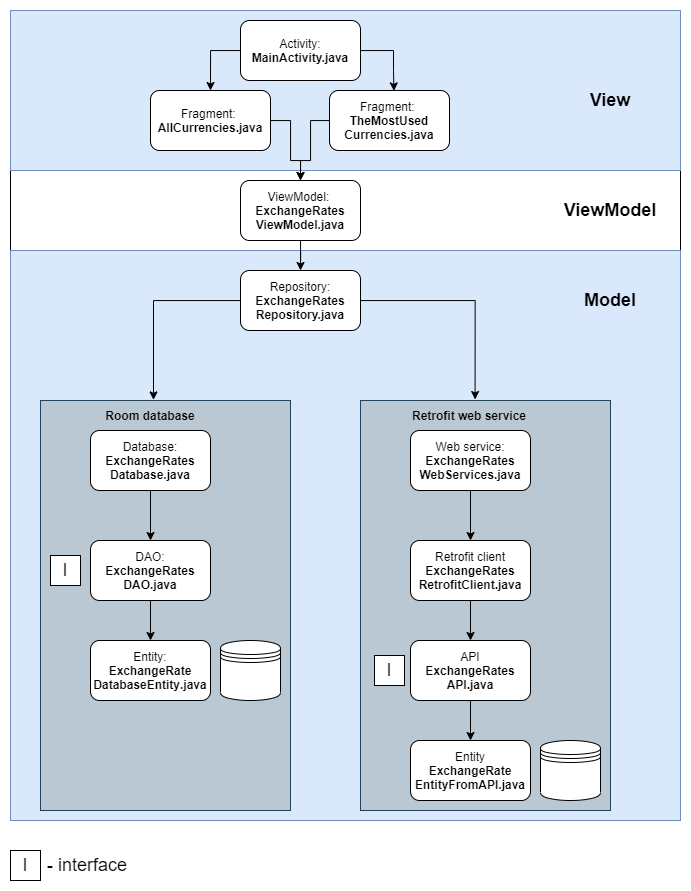
This is MVVM_ApplicationStructure.drawio.png from arturkowalczyk300/android-currency-converter, a draw.io export, as it was before one commit. Source tidied: cells renumbered, new cells last; positions are measured from the earlier drawing's top-left corner, leaving out a move shared by most shapes. Its diagram source:
```xml
<mxGraphModel>
  <root>
    <mxCell id="0" />
    <mxCell id="1" parent="0" />
    <mxCell id="2" style="rounded=0;whiteSpace=wrap;html=1;" parent="1" vertex="1">
      <mxGeometry width="670" height="560" as="geometry" />
    </mxCell>
    <mxCell id="3" style="rounded=0;whiteSpace=wrap;html=1;fillColor=#dae8fc;strokeColor=#6c8ebf;" parent="1" vertex="1">
      <mxGeometry y="240" width="670" height="570" as="geometry" />
    </mxCell>
    <mxCell id="4" style="rounded=0;whiteSpace=wrap;html=1;fillColor=#dae8fc;strokeColor=#6c8ebf;" parent="1" vertex="1">
      <mxGeometry width="670" height="160" as="geometry" />
    </mxCell>
    <mxCell id="5" style="edgeStyle=orthogonalEdgeStyle;rounded=0;jettySize=auto;html=1;entryX=0.5;entryY=0;entryDx=0;entryDy=0;fontSize=18;" parent="1" edge="1" source="7" target="41">
      <mxGeometry relative="1" as="geometry">
        <Array as="points">
          <mxPoint x="200" y="40" />
        </Array>
      </mxGeometry>
    </mxCell>
    <mxCell id="6" style="edgeStyle=orthogonalEdgeStyle;rounded=0;jettySize=auto;html=1;entryX=0.537;entryY=0.007;entryDx=0;entryDy=0;entryPerimeter=0;fontSize=18;" parent="1" edge="1" source="7" target="39">
      <mxGeometry relative="1" as="geometry">
        <Array as="points">
          <mxPoint x="383" y="40" />
          <mxPoint x="383" y="60" />
        </Array>
      </mxGeometry>
    </mxCell>
    <mxCell id="7" value="Activity: &lt;b&gt;MainActivity.java&lt;/b&gt;" style="rounded=1;whiteSpace=wrap;html=1;" parent="1" vertex="1">
      <mxGeometry x="230" y="10" width="120" height="60" as="geometry" />
    </mxCell>
    <mxCell id="8" value="View" style="text;html=1;strokeColor=none;fillColor=none;align=center;verticalAlign=middle;whiteSpace=wrap;rounded=0;fontStyle=1;fontSize=18;" parent="1" vertex="1">
      <mxGeometry x="570" y="75" width="60" height="30" as="geometry" />
    </mxCell>
    <mxCell id="9" style="edgeStyle=orthogonalEdgeStyle;rounded=0;jettySize=auto;html=1;entryX=0.5;entryY=0;entryDx=0;entryDy=0;fontSize=18;" parent="1" edge="1" source="10" target="14">
      <mxGeometry relative="1" as="geometry" />
    </mxCell>
    <mxCell id="10" value="ViewModel:&amp;nbsp;&lt;br&gt;&lt;b&gt;ExchangeRates&lt;br&gt;ViewModel.java&lt;/b&gt;" style="rounded=1;whiteSpace=wrap;html=1;" parent="1" vertex="1">
      <mxGeometry x="230" y="170" width="120" height="60" as="geometry" />
    </mxCell>
    <mxCell id="11" value="ViewModel" style="text;html=1;strokeColor=none;fillColor=none;align=center;verticalAlign=middle;whiteSpace=wrap;rounded=0;fontStyle=1;fontSize=18;" parent="1" vertex="1">
      <mxGeometry x="570" y="185" width="60" height="30" as="geometry" />
    </mxCell>
    <mxCell id="12" style="edgeStyle=orthogonalEdgeStyle;rounded=0;jettySize=auto;html=1;entryX=0.53;entryY=-0.02;entryDx=0;entryDy=0;entryPerimeter=0;fontSize=18;" parent="1" edge="1" source="14" target="25">
      <mxGeometry relative="1" as="geometry" />
    </mxCell>
    <mxCell id="13" style="edgeStyle=orthogonalEdgeStyle;rounded=0;jettySize=auto;html=1;entryX=0.543;entryY=-0.033;entryDx=0;entryDy=0;entryPerimeter=0;fontSize=18;" parent="1" edge="1" source="14" target="26">
      <mxGeometry relative="1" as="geometry" />
    </mxCell>
    <mxCell id="14" value="Repository:&lt;br&gt;&lt;b&gt;ExchangeRates&lt;br&gt;Repository.java&lt;/b&gt;" style="rounded=1;whiteSpace=wrap;html=1;" parent="1" vertex="1">
      <mxGeometry x="230" y="260" width="120" height="60" as="geometry" />
    </mxCell>
    <mxCell id="15" value="Model" style="text;html=1;strokeColor=none;fillColor=none;align=center;verticalAlign=middle;whiteSpace=wrap;rounded=0;fontStyle=1;fontSize=18;" parent="1" vertex="1">
      <mxGeometry x="570" y="275" width="60" height="30" as="geometry" />
    </mxCell>
    <mxCell id="16" style="rounded=0;whiteSpace=wrap;html=1;fillColor=#bac8d3;strokeColor=#23445d;" parent="1" vertex="1">
      <mxGeometry x="30" y="390" width="250" height="410" as="geometry" />
    </mxCell>
    <mxCell id="17" style="rounded=0;whiteSpace=wrap;html=1;fillColor=#bac8d3;strokeColor=#23445d;" parent="1" vertex="1">
      <mxGeometry x="350" y="390" width="250" height="410" as="geometry" />
    </mxCell>
    <mxCell id="18" style="edgeStyle=orthogonalEdgeStyle;rounded=0;jettySize=auto;html=1;entryX=0.5;entryY=0;entryDx=0;entryDy=0;fontSize=18;" parent="1" edge="1" source="19" target="23">
      <mxGeometry relative="1" as="geometry" />
    </mxCell>
    <mxCell id="19" value="Database:&lt;br&gt;&lt;b&gt;ExchangeRates&lt;/b&gt;&lt;br&gt;&lt;b&gt;Database.java&lt;/b&gt;" style="rounded=1;whiteSpace=wrap;html=1;" parent="1" vertex="1">
      <mxGeometry x="80" y="420" width="120" height="60" as="geometry" />
    </mxCell>
    <mxCell id="20" style="edgeStyle=orthogonalEdgeStyle;rounded=0;jettySize=auto;html=1;entryX=0.5;entryY=0;entryDx=0;entryDy=0;fontSize=18;" parent="1" edge="1" source="21" target="31">
      <mxGeometry relative="1" as="geometry" />
    </mxCell>
    <mxCell id="21" value="Web service:&lt;br&gt;&lt;b&gt;ExchangeRates&lt;/b&gt;&lt;br&gt;&lt;b&gt;WebServices.java&lt;/b&gt;" style="rounded=1;whiteSpace=wrap;html=1;" parent="1" vertex="1">
      <mxGeometry x="400" y="420" width="120" height="60" as="geometry" />
    </mxCell>
    <mxCell id="22" style="edgeStyle=orthogonalEdgeStyle;rounded=0;jettySize=auto;html=1;entryX=0.5;entryY=0;entryDx=0;entryDy=0;fontSize=18;" parent="1" edge="1" source="23" target="24">
      <mxGeometry relative="1" as="geometry" />
    </mxCell>
    <mxCell id="23" value="DAO:&lt;br&gt;&lt;b&gt;ExchangeRates&lt;/b&gt;&lt;br&gt;&lt;b&gt;DAO.java&lt;/b&gt;" style="rounded=1;whiteSpace=wrap;html=1;" parent="1" vertex="1">
      <mxGeometry x="80" y="530" width="120" height="60" as="geometry" />
    </mxCell>
    <mxCell id="24" value="Entity:&lt;br&gt;&lt;b&gt;ExchangeRate&lt;br&gt;DatabaseEntity&lt;/b&gt;&lt;b&gt;.java&lt;/b&gt;" style="rounded=1;whiteSpace=wrap;html=1;" parent="1" vertex="1">
      <mxGeometry x="80" y="630" width="120" height="60" as="geometry" />
    </mxCell>
    <mxCell id="25" value="Room database" style="text;html=1;strokeColor=none;fillColor=none;align=center;verticalAlign=middle;whiteSpace=wrap;rounded=0;fontStyle=1;" parent="1" vertex="1">
      <mxGeometry x="90" y="390" width="100" height="30" as="geometry" />
    </mxCell>
    <mxCell id="26" value="Retrofit web service" style="text;html=1;strokeColor=none;fillColor=none;align=center;verticalAlign=middle;whiteSpace=wrap;rounded=0;fontStyle=1;" parent="1" vertex="1">
      <mxGeometry x="394" y="390" width="130" height="30" as="geometry" />
    </mxCell>
    <mxCell id="27" style="edgeStyle=orthogonalEdgeStyle;rounded=0;jettySize=auto;html=1;entryX=0.5;entryY=0;entryDx=0;entryDy=0;fontSize=18;" parent="1" edge="1" source="28" target="29">
      <mxGeometry relative="1" as="geometry" />
    </mxCell>
    <mxCell id="28" value="API&lt;br&gt;&lt;b&gt;ExchangeRates&lt;/b&gt;&lt;br&gt;&lt;b&gt;API.java&lt;/b&gt;" style="rounded=1;whiteSpace=wrap;html=1;" parent="1" vertex="1">
      <mxGeometry x="400" y="630" width="120" height="60" as="geometry" />
    </mxCell>
    <mxCell id="29" value="Entity&lt;br&gt;&lt;b&gt;ExchangeRate&lt;br&gt;EntityFromAPI&lt;/b&gt;&lt;b&gt;.java&lt;/b&gt;" style="rounded=1;whiteSpace=wrap;html=1;" parent="1" vertex="1">
      <mxGeometry x="400" y="730" width="120" height="60" as="geometry" />
    </mxCell>
    <mxCell id="30" style="edgeStyle=orthogonalEdgeStyle;rounded=0;jettySize=auto;html=1;entryX=0.5;entryY=0;entryDx=0;entryDy=0;fontSize=18;" parent="1" edge="1" source="31" target="28">
      <mxGeometry relative="1" as="geometry" />
    </mxCell>
    <mxCell id="31" value="Retrofit client&lt;br&gt;&lt;b&gt;ExchangeRates&lt;/b&gt;&lt;br&gt;&lt;b&gt;RetrofitClient.java&lt;/b&gt;" style="rounded=1;whiteSpace=wrap;html=1;" parent="1" vertex="1">
      <mxGeometry x="400" y="530" width="120" height="60" as="geometry" />
    </mxCell>
    <mxCell id="32" style="shape=datastore;whiteSpace=wrap;html=1;fontSize=18;" parent="1" vertex="1">
      <mxGeometry x="210" y="630" width="60" height="60" as="geometry" />
    </mxCell>
    <mxCell id="33" style="shape=datastore;whiteSpace=wrap;html=1;fontSize=18;" parent="1" vertex="1">
      <mxGeometry x="530" y="730" width="60" height="60" as="geometry" />
    </mxCell>
    <mxCell id="34" value="I" style="rounded=0;whiteSpace=wrap;html=1;fontSize=18;" parent="1" vertex="1">
      <mxGeometry x="40" y="545" width="30" height="30" as="geometry" />
    </mxCell>
    <mxCell id="35" value="I" style="rounded=0;whiteSpace=wrap;html=1;fontSize=18;" parent="1" vertex="1">
      <mxGeometry x="364" y="645" width="30" height="30" as="geometry" />
    </mxCell>
    <mxCell id="36" value="I" style="rounded=0;whiteSpace=wrap;html=1;fontSize=18;" parent="1" vertex="1">
      <mxGeometry y="840" width="30" height="30" as="geometry" />
    </mxCell>
    <mxCell id="37" value="- interface" style="text;html=1;strokeColor=none;fillColor=none;align=center;verticalAlign=middle;whiteSpace=wrap;rounded=0;fontSize=18;" parent="1" vertex="1">
      <mxGeometry x="32" y="840" width="90" height="30" as="geometry" />
    </mxCell>
    <mxCell id="38" style="edgeStyle=orthogonalEdgeStyle;rounded=0;jettySize=auto;html=1;fontSize=18;entryX=0.5;entryY=0;entryDx=0;entryDy=0;" parent="1" edge="1" source="39" target="10">
      <mxGeometry relative="1" as="geometry">
        <Array as="points">
          <mxPoint x="300" y="110" />
          <mxPoint x="300" y="150" />
          <mxPoint x="290" y="150" />
        </Array>
      </mxGeometry>
    </mxCell>
    <mxCell id="39" value="Fragment: &lt;br&gt;&lt;b&gt;TheMostUsed&lt;br&gt;Currencies.java&lt;/b&gt;" style="rounded=1;whiteSpace=wrap;html=1;" parent="1" vertex="1">
      <mxGeometry x="319" y="80" width="120" height="60" as="geometry" />
    </mxCell>
    <mxCell id="40" style="edgeStyle=orthogonalEdgeStyle;rounded=0;jettySize=auto;html=1;fontSize=18;entryX=0.5;entryY=0;entryDx=0;entryDy=0;" parent="1" edge="1" source="41" target="10">
      <mxGeometry relative="1" as="geometry">
        <Array as="points">
          <mxPoint x="280" y="110" />
          <mxPoint x="280" y="150" />
          <mxPoint x="290" y="150" />
        </Array>
      </mxGeometry>
    </mxCell>
    <mxCell id="41" value="Fragment: &lt;br&gt;&lt;b&gt;AllCurrencies.java&lt;/b&gt;" style="rounded=1;whiteSpace=wrap;html=1;" parent="1" vertex="1">
      <mxGeometry x="140" y="80" width="120" height="60" as="geometry" />
    </mxCell>
  </root>
</mxGraphModel>
```
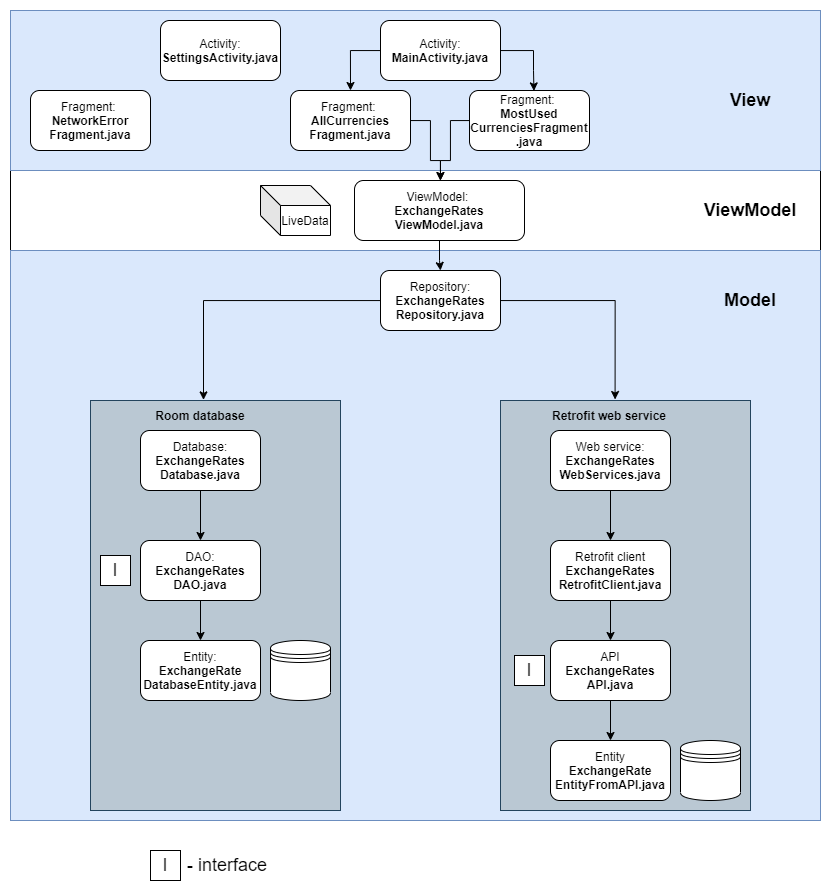
Above is the later version.

The edit, as a diff of the source:
```diff
@@ -3,13 +3,13 @@
     <mxCell id="0" />
     <mxCell id="1" parent="0" />
     <mxCell id="2" style="rounded=0;whiteSpace=wrap;html=1;" parent="1" vertex="1">
-      <mxGeometry width="670" height="560" as="geometry" />
+      <mxGeometry x="-140" width="810" height="560" as="geometry" />
     </mxCell>
     <mxCell id="3" style="rounded=0;whiteSpace=wrap;html=1;fillColor=#dae8fc;strokeColor=#6c8ebf;" parent="1" vertex="1">
-      <mxGeometry y="240" width="670" height="570" as="geometry" />
+      <mxGeometry x="-140" y="240" width="810" height="570" as="geometry" />
     </mxCell>
     <mxCell id="4" style="rounded=0;whiteSpace=wrap;html=1;fillColor=#dae8fc;strokeColor=#6c8ebf;" parent="1" vertex="1">
-      <mxGeometry width="670" height="160" as="geometry" />
+      <mxGeometry x="-140" width="810" height="160" as="geometry" />
     </mxCell>
     <mxCell id="5" style="edgeStyle=orthogonalEdgeStyle;rounded=0;jettySize=auto;html=1;entryX=0.5;entryY=0;entryDx=0;entryDy=0;fontSize=18;" parent="1" edge="1" source="7" target="41">
       <mxGeometry relative="1" as="geometry">
@@ -36,7 +36,7 @@
       <mxGeometry relative="1" as="geometry" />
     </mxCell>
     <mxCell id="10" value="ViewModel:&amp;nbsp;&lt;br&gt;&lt;b&gt;ExchangeRates&lt;br&gt;ViewModel.java&lt;/b&gt;" style="rounded=1;whiteSpace=wrap;html=1;" parent="1" vertex="1">
-      <mxGeometry x="230" y="170" width="120" height="60" as="geometry" />
+      <mxGeometry x="204" y="170" width="170" height="60" as="geometry" />
     </mxCell>
     <mxCell id="11" value="ViewModel" style="text;html=1;strokeColor=none;fillColor=none;align=center;verticalAlign=middle;whiteSpace=wrap;rounded=0;fontStyle=1;fontSize=18;" parent="1" vertex="1">
       <mxGeometry x="570" y="185" width="60" height="30" as="geometry" />
@@ -54,7 +54,7 @@
       <mxGeometry x="570" y="275" width="60" height="30" as="geometry" />
     </mxCell>
     <mxCell id="16" style="rounded=0;whiteSpace=wrap;html=1;fillColor=#bac8d3;strokeColor=#23445d;" parent="1" vertex="1">
-      <mxGeometry x="30" y="390" width="250" height="410" as="geometry" />
+      <mxGeometry x="-60" y="390" width="250" height="410" as="geometry" />
     </mxCell>
     <mxCell id="17" style="rounded=0;whiteSpace=wrap;html=1;fillColor=#bac8d3;strokeColor=#23445d;" parent="1" vertex="1">
       <mxGeometry x="350" y="390" width="250" height="410" as="geometry" />
@@ -63,7 +63,7 @@
       <mxGeometry relative="1" as="geometry" />
     </mxCell>
     <mxCell id="19" value="Database:&lt;br&gt;&lt;b&gt;ExchangeRates&lt;/b&gt;&lt;br&gt;&lt;b&gt;Database.java&lt;/b&gt;" style="rounded=1;whiteSpace=wrap;html=1;" parent="1" vertex="1">
-      <mxGeometry x="80" y="420" width="120" height="60" as="geometry" />
+      <mxGeometry x="-10" y="420" width="120" height="60" as="geometry" />
     </mxCell>
     <mxCell id="20" style="edgeStyle=orthogonalEdgeStyle;rounded=0;jettySize=auto;html=1;entryX=0.5;entryY=0;entryDx=0;entryDy=0;fontSize=18;" parent="1" edge="1" source="21" target="31">
       <mxGeometry relative="1" as="geometry" />
@@ -75,13 +75,13 @@
       <mxGeometry relative="1" as="geometry" />
     </mxCell>
     <mxCell id="23" value="DAO:&lt;br&gt;&lt;b&gt;ExchangeRates&lt;/b&gt;&lt;br&gt;&lt;b&gt;DAO.java&lt;/b&gt;" style="rounded=1;whiteSpace=wrap;html=1;" parent="1" vertex="1">
-      <mxGeometry x="80" y="530" width="120" height="60" as="geometry" />
+      <mxGeometry x="-10" y="530" width="120" height="60" as="geometry" />
     </mxCell>
     <mxCell id="24" value="Entity:&lt;br&gt;&lt;b&gt;ExchangeRate&lt;br&gt;DatabaseEntity&lt;/b&gt;&lt;b&gt;.java&lt;/b&gt;" style="rounded=1;whiteSpace=wrap;html=1;" parent="1" vertex="1">
-      <mxGeometry x="80" y="630" width="120" height="60" as="geometry" />
+      <mxGeometry x="-10" y="630" width="120" height="60" as="geometry" />
     </mxCell>
     <mxCell id="25" value="Room database" style="text;html=1;strokeColor=none;fillColor=none;align=center;verticalAlign=middle;whiteSpace=wrap;rounded=0;fontStyle=1;" parent="1" vertex="1">
-      <mxGeometry x="90" y="390" width="100" height="30" as="geometry" />
+      <mxGeometry y="390" width="100" height="30" as="geometry" />
     </mxCell>
     <mxCell id="26" value="Retrofit web service" style="text;html=1;strokeColor=none;fillColor=none;align=center;verticalAlign=middle;whiteSpace=wrap;rounded=0;fontStyle=1;" parent="1" vertex="1">
       <mxGeometry x="394" y="390" width="130" height="30" as="geometry" />
@@ -102,13 +102,13 @@
       <mxGeometry x="400" y="530" width="120" height="60" as="geometry" />
     </mxCell>
     <mxCell id="32" style="shape=datastore;whiteSpace=wrap;html=1;fontSize=18;" parent="1" vertex="1">
-      <mxGeometry x="210" y="630" width="60" height="60" as="geometry" />
+      <mxGeometry x="120" y="630" width="60" height="60" as="geometry" />
     </mxCell>
     <mxCell id="33" style="shape=datastore;whiteSpace=wrap;html=1;fontSize=18;" parent="1" vertex="1">
       <mxGeometry x="530" y="730" width="60" height="60" as="geometry" />
     </mxCell>
     <mxCell id="34" value="I" style="rounded=0;whiteSpace=wrap;html=1;fontSize=18;" parent="1" vertex="1">
-      <mxGeometry x="40" y="545" width="30" height="30" as="geometry" />
+      <mxGeometry x="-50" y="545" width="30" height="30" as="geometry" />
     </mxCell>
     <mxCell id="35" value="I" style="rounded=0;whiteSpace=wrap;html=1;fontSize=18;" parent="1" vertex="1">
       <mxGeometry x="364" y="645" width="30" height="30" as="geometry" />
@@ -128,7 +128,7 @@
         </Array>
       </mxGeometry>
     </mxCell>
-    <mxCell id="39" value="Fragment: &lt;br&gt;&lt;b&gt;TheMostUsed&lt;br&gt;Currencies.java&lt;/b&gt;" style="rounded=1;whiteSpace=wrap;html=1;" parent="1" vertex="1">
+    <mxCell id="39" value="Fragment: &lt;br&gt;&lt;b&gt;MostUsed&lt;br&gt;CurrenciesFragment&lt;br&gt;.java&lt;/b&gt;" style="rounded=1;whiteSpace=wrap;html=1;" parent="1" vertex="1">
       <mxGeometry x="319" y="80" width="120" height="60" as="geometry" />
     </mxCell>
     <mxCell id="40" style="edgeStyle=orthogonalEdgeStyle;rounded=0;jettySize=auto;html=1;fontSize=18;entryX=0.5;entryY=0;entryDx=0;entryDy=0;" parent="1" edge="1" source="41" target="10">
@@ -140,8 +140,17 @@
         </Array>
       </mxGeometry>
     </mxCell>
-    <mxCell id="41" value="Fragment: &lt;br&gt;&lt;b&gt;AllCurrencies.java&lt;/b&gt;" style="rounded=1;whiteSpace=wrap;html=1;" parent="1" vertex="1">
+    <mxCell id="41" value="Fragment: &lt;br&gt;&lt;b&gt;AllCurrencies&lt;br&gt;Fragment.java&lt;/b&gt;" style="rounded=1;whiteSpace=wrap;html=1;" parent="1" vertex="1">
       <mxGeometry x="140" y="80" width="120" height="60" as="geometry" />
     </mxCell>
+    <mxCell id="42" value="Activity: &lt;b&gt;SettingsActivity.java&lt;/b&gt;" style="rounded=1;whiteSpace=wrap;html=1;" parent="1" vertex="1">
+      <mxGeometry x="10" y="10" width="120" height="60" as="geometry" />
+    </mxCell>
+    <mxCell id="43" value="LiveData" style="shape=cube;whiteSpace=wrap;html=1;boundedLbl=1;backgroundOutline=1;darkOpacity=0.05;darkOpacity2=0.1;" parent="1" vertex="1">
+      <mxGeometry x="110" y="175" width="70" height="50" as="geometry" />
+    </mxCell>
+    <mxCell id="44" value="Fragment: &lt;br&gt;&lt;b&gt;NetworkError&lt;br&gt;Fragment.java&lt;/b&gt;" style="rounded=1;whiteSpace=wrap;html=1;" parent="1" vertex="1">
+      <mxGeometry x="-120" y="80" width="120" height="60" as="geometry" />
+    </mxCell>
   </root>
 </mxGraphModel>
```
